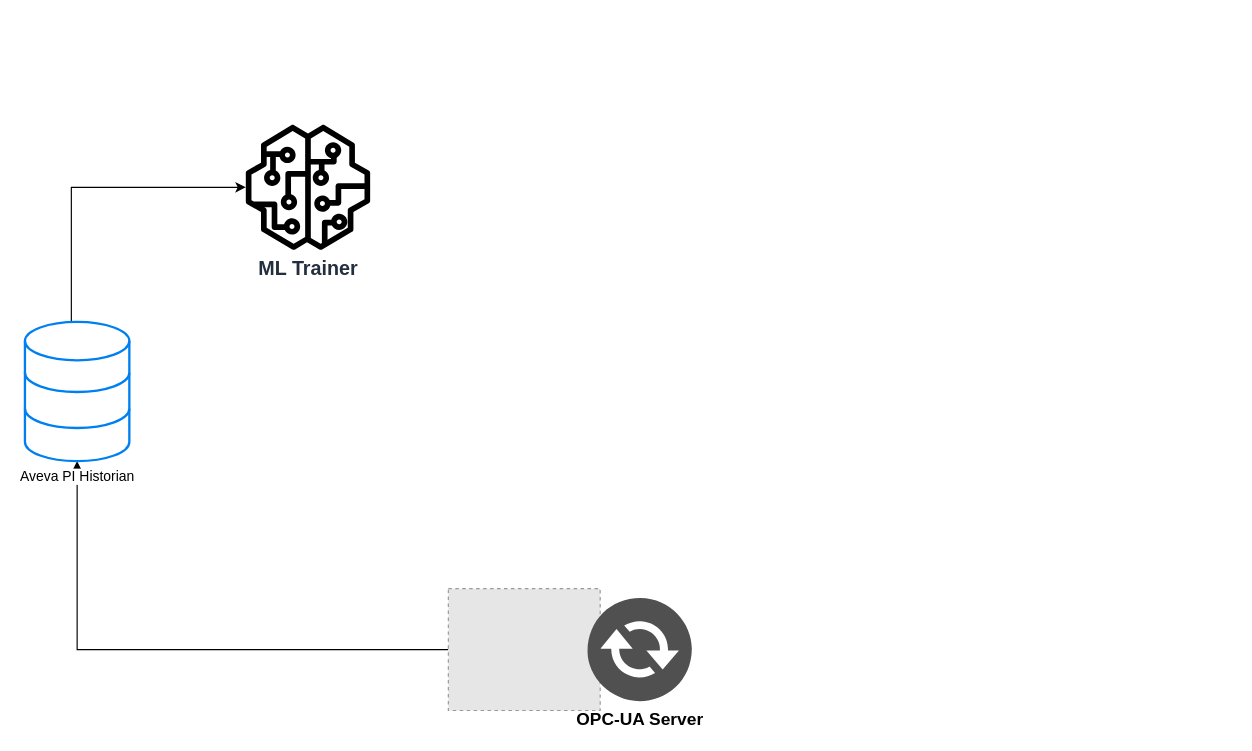
The draw.io diagram page "Data Capture/Datasets" (2 of 2) of Untitled Diagram.drawio in sauerBT/PersonalRepo, before the edit. Source tidied: cells renumbered, new cells numbered last; positions are measured from the earlier drawing's top-left corner, leaving out a move shared by most shapes. Both pictures are drawn from the tidied source at 116%, with x=0, y=0 at pixel (24, 124). Pictures stored in the file or linked from it are replaced by grey dashed boxes.
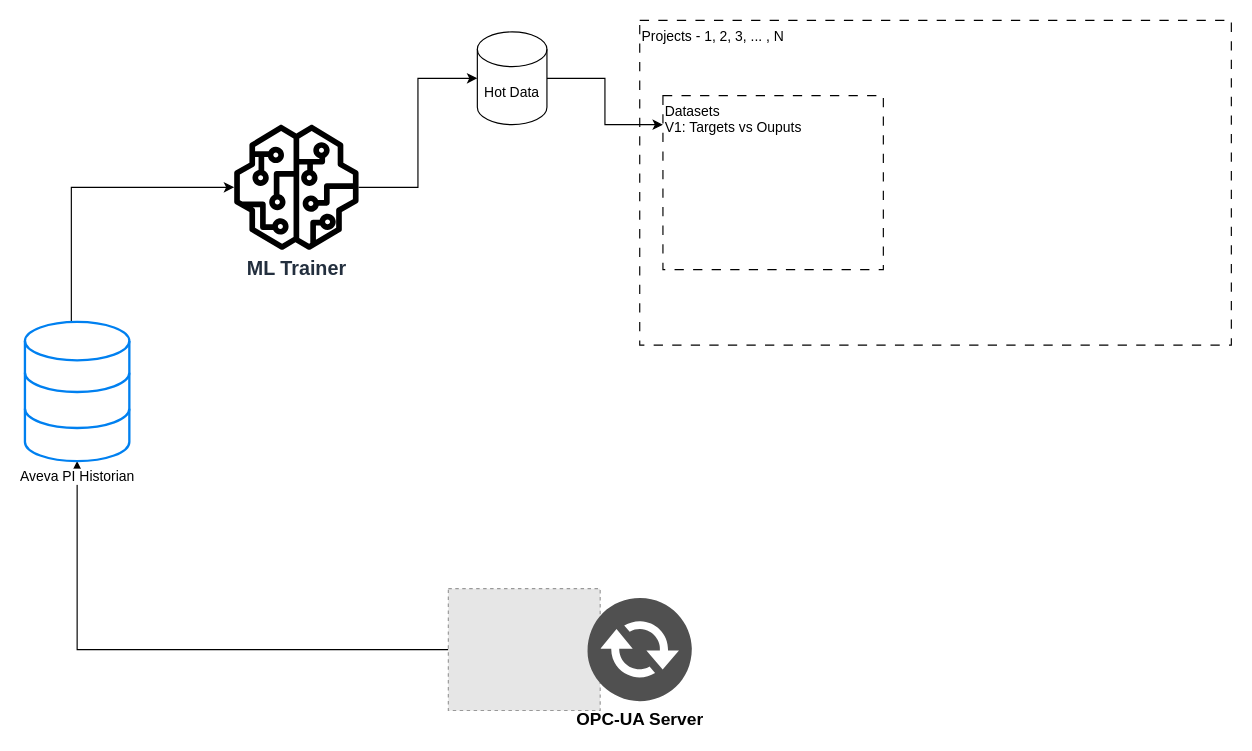
Above is the later version.

What changed in the source:
```diff
@@
 <mxGraphModel>
   <root>
     <mxCell id="0" />
     <mxCell id="1" parent="0" />
     <mxCell id="2" style="edgeStyle=orthogonalEdgeStyle;rounded=0;jettySize=auto;html=1;flowAnimation=1;" parent="1" edge="1" source="3" target="6">
       <mxGeometry relative="1" as="geometry" />
     </mxCell>
     <mxCell id="3" style="fillColor=#E6E6E6;strokeColor=#999999;dashed=1;verticalLabelPosition=bottom;labelBackgroundColor=default;verticalAlign=top;" parent="1" vertex="1">
       <mxGeometry x="365" y="400" width="130.9" height="105" as="geometry" />
     </mxCell>
     <mxCell id="4" value="OPC-UA Server" style="sketch=0;shadow=0;dashed=0;html=1;strokeColor=none;fillColor=#505050;labelPosition=center;verticalLabelPosition=bottom;verticalAlign=top;align=center;shape=mxgraph.office.communications.exchange_active_sync;fontStyle=1;fontSize=15;fontColor=#030303;" parent="1" vertex="1">
       <mxGeometry x="485" y="408" width="89.9" height="89" as="geometry" />
     </mxCell>
     <mxCell id="5" style="edgeStyle=orthogonalEdgeStyle;rounded=0;jettySize=auto;html=1;flowAnimation=1;" parent="1" edge="1" source="6" target="7">
       <mxGeometry relative="1" as="geometry">
         <Array as="points">
           <mxPoint x="40" y="54" />
         </Array>
       </mxGeometry>
     </mxCell>
     <mxCell id="6" value="Aveva PI Historian" style="html=1;verticalLabelPosition=bottom;align=center;labelBackgroundColor=#ffffff;verticalAlign=top;strokeWidth=2;strokeColor=#0080F0;shadow=0;dashed=0;shape=mxgraph.ios7.icons.data;" parent="1" vertex="1">
       <mxGeometry y="170" width="90" height="120" as="geometry" />
     </mxCell>
     <mxCell id="7" value="ML Trainer" style="sketch=0;outlineConnect=0;fontColor=#232F3E;gradientColor=none;fillColor=#000000;strokeColor=none;dashed=0;verticalLabelPosition=bottom;verticalAlign=top;align=center;html=1;fontSize=17;fontStyle=1;shape=mxgraph.aws4.sagemaker_model;" parent="1" vertex="1">
-      <mxGeometry x="190" width="108" height="108" as="geometry" />
+      <mxGeometry x="180" width="108" height="108" as="geometry" />
     </mxCell>
+    <mxCell id="8" style="edgeStyle=orthogonalEdgeStyle;rounded=0;jettySize=auto;html=1;" parent="1" edge="1" source="9" target="12">
+      <mxGeometry relative="1" as="geometry">
+        <Array as="points">
+          <mxPoint x="500" y="-40" />
+          <mxPoint x="500" />
+        </Array>
+      </mxGeometry>
+    </mxCell>
+    <mxCell id="9" value="Hot Data" style="shape=cylinder3;whiteSpace=wrap;html=1;boundedLbl=1;backgroundOutline=1;size=15;" parent="1" vertex="1">
+      <mxGeometry x="390" y="-80" width="60" height="80" as="geometry" />
+    </mxCell>
+    <mxCell id="10" style="edgeStyle=orthogonalEdgeStyle;rounded=0;jettySize=auto;html=1;entryX=0;entryY=0.5;entryDx=0;entryDy=0;entryPerimeter=0;" parent="1" edge="1" source="7" target="9">
+      <mxGeometry relative="1" as="geometry" />
+    </mxCell>
+    <mxCell id="11" value="Projects - 1, 2, 3, ... , N&lt;div&gt;&lt;br&gt;&lt;/div&gt;" style="rounded=0;whiteSpace=wrap;html=1;dashed=1;dashPattern=8 8;align=left;verticalAlign=top;fillColor=none;" parent="1" vertex="1">
+      <mxGeometry x="530" y="-90" width="510" height="280" as="geometry" />
+    </mxCell>
+    <mxCell id="12" value="Datasets&lt;br&gt;&lt;div&gt;V1: Targets vs Ouputs&lt;/div&gt;" style="rounded=0;whiteSpace=wrap;html=1;dashed=1;dashPattern=8 8;align=left;verticalAlign=top;fillColor=none;" parent="11" vertex="1">
+      <mxGeometry x="20" y="65" width="190" height="150" as="geometry" />
+    </mxCell>
   </root>
 </mxGraphModel>
```
